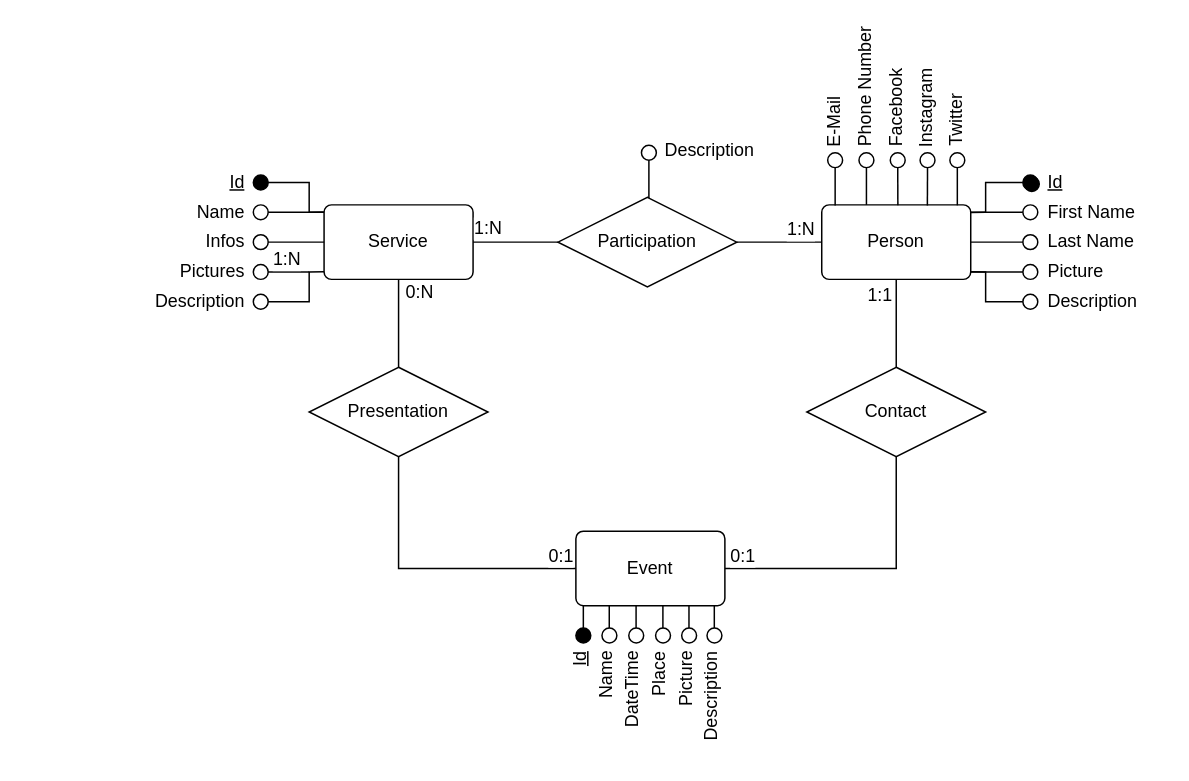
Alenichel/CodiglioniDellOglioNichelini-HypermediaProject keeps this draw.io diagram as DesignDocument/diagrams/ER.drawio. Above is the earlier version. Source tidied: cells renumbered, new cells numbered last; positions are measured from the earlier drawing's top-left corner, leaving out a move shared by most shapes. Both pictures are drawn from the tidied source at 149%, with x=0, y=0 at pixel (25, 79).
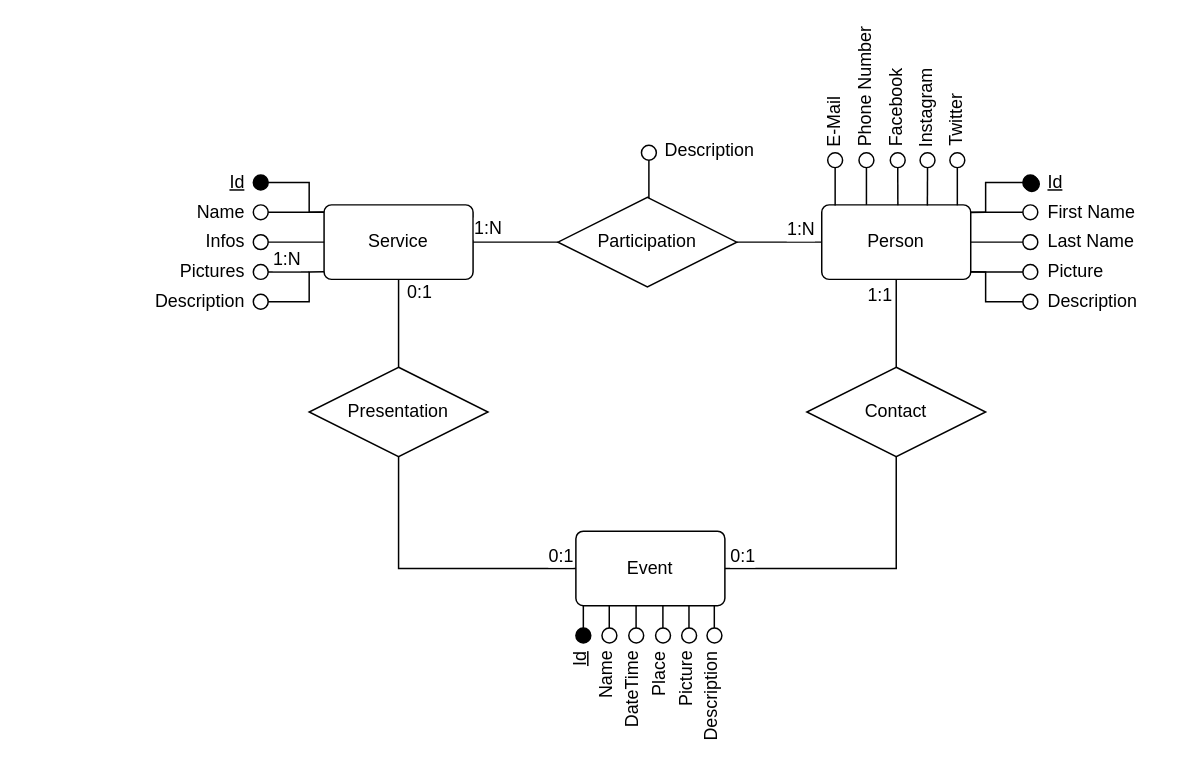
The same page after the edit.

The change refers to these unchanged cells:
```xml
<mxCell id="71" style="edgeStyle=orthogonalEdgeStyle;rounded=0;jettySize=auto;html=1;exitX=0.5;exitY=0;exitDx=0;exitDy=0;entryX=0.5;entryY=1;entryDx=0;entryDy=0;endArrow=none;endFill=0;" parent="1" edge="1" source="75" target="53">
  <mxGeometry relative="1" as="geometry" />
</mxCell>
```

Change to the diagram source:
```diff
@@
-    <mxCell id="72" value="0:N" style="text;html=1;align=center;verticalAlign=middle;labelBackgroundColor=#ffffff;" parent="71" vertex="1">
+    <mxCell id="72" value="0:1" style="text;html=1;align=center;verticalAlign=middle;labelBackgroundColor=#ffffff;" parent="71" vertex="1">
       <mxGeometry x="0.45" relative="1" as="geometry">
         <mxPoint x="13" y="-7.2" as="offset" />
       </mxGeometry>
     </mxCell>
```
